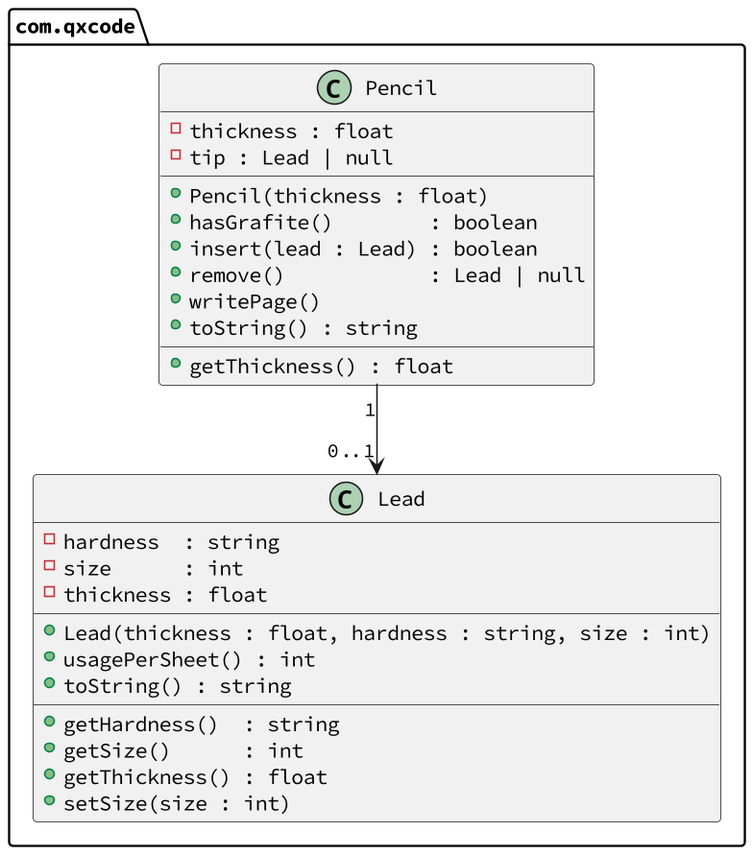
Above: base/004/diagrama.png in qxcodepoo/arcade (PlantUML), before the change. Source of this version:
```plantuml
@startuml

skinparam defaultFontName Hasklig
skinparam dpi 150

package com.qxcode {
  class Lead {
    - hardness  : string
    - size      : int
    - thickness : float
    __
    + Lead(thickness : float, hardness : string, size : int)
    + usagePerSheet() : int
    + toString() : string
    __
    + getHardness()  : string
    + getSize()      : int
    + getThickness() : float
    + setSize(size : int)
  }
  class Pencil {
    - thickness : float
    - tip : Lead | null
    __
    + Pencil(thickness : float)
    + hasGrafite()        : boolean
    + insert(lead : Lead) : boolean
    + remove()            : Lead | null
    + writePage()
    + toString() : string
    __
    + getThickness() : float
  }
}
Pencil "1" --> "0..1" Lead
@enduml
```
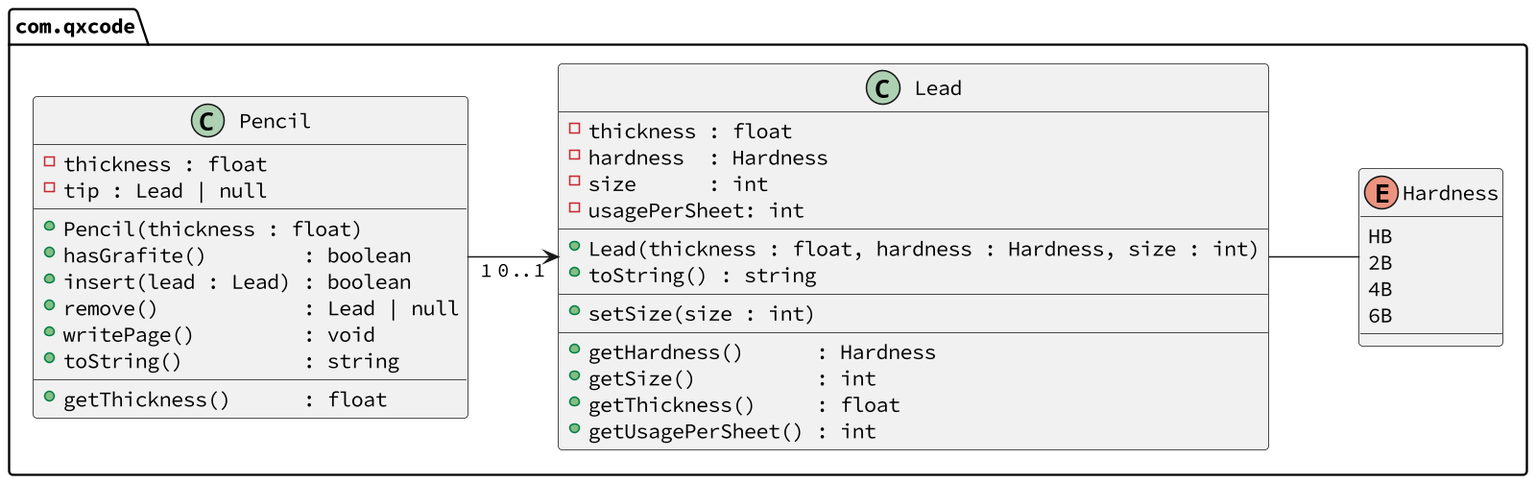
After the change.

The edit, as a diff of the source:
```diff
@@ -2,22 +2,33 @@
 
 skinparam defaultFontName Hasklig
 skinparam dpi 150
+left to right direction
 
 package com.qxcode {
+  enum Hardness {
+    HB
+    2B
+    4B
+    6B
+  }
+
   class Lead {
-    - hardness  : string
+    - thickness : float
+    - hardness  : Hardness
     - size      : int
-    - thickness : float
+    - usagePerSheet: int
     __
-    + Lead(thickness : float, hardness : string, size : int)
-    + usagePerSheet() : int
+    + Lead(thickness : float, hardness : Hardness, size : int)
     + toString() : string
     __
-    + getHardness()  : string
-    + getSize()      : int
-    + getThickness() : float
     + setSize(size : int)
+    __
+    + getHardness()      : Hardness
+    + getSize()          : int
+    + getThickness()     : float
+    + getUsagePerSheet() : int
   }
+
   class Pencil {
     - thickness : float
     - tip : Lead | null
@@ -26,11 +37,12 @@
     + hasGrafite()        : boolean
     + insert(lead : Lead) : boolean
     + remove()            : Lead | null
-    + writePage()
-    + toString() : string
+    + writePage()         : void
+    + toString()          : string
     __
-    + getThickness() : float
+    + getThickness()      : float
   }
 }
 Pencil "1" --> "0..1" Lead
+Lead -- Hardness
 @enduml
```
